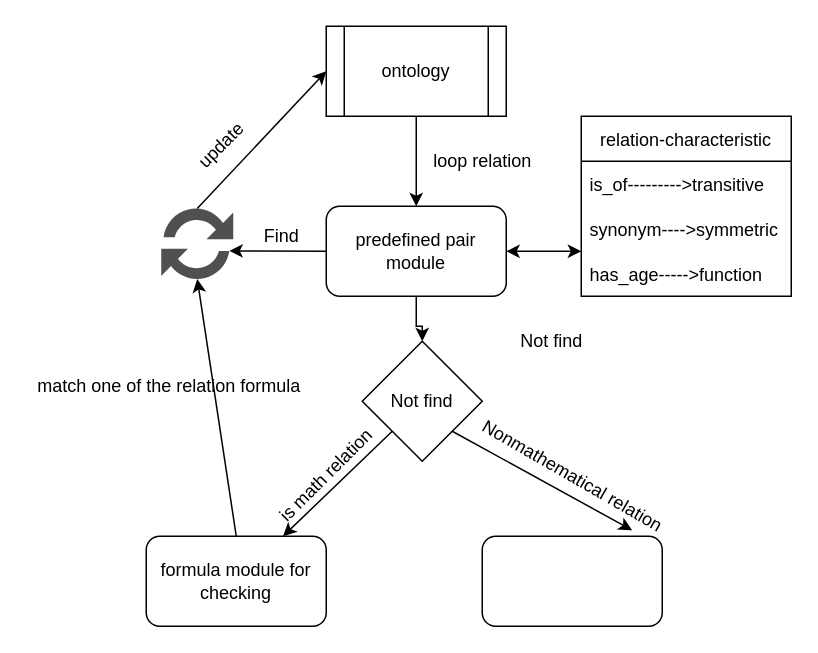
This is extractor_details.drawio from ganisback/draw.io, a draw.io file, before an edit. Source tidied: cells renumbered, new cells numbered last; positions are measured from the earlier drawing's top-left corner, leaving out a move shared by most shapes. Both pictures are drawn from the tidied source at 150%, with x=0, y=0 at pixel (26, 26).
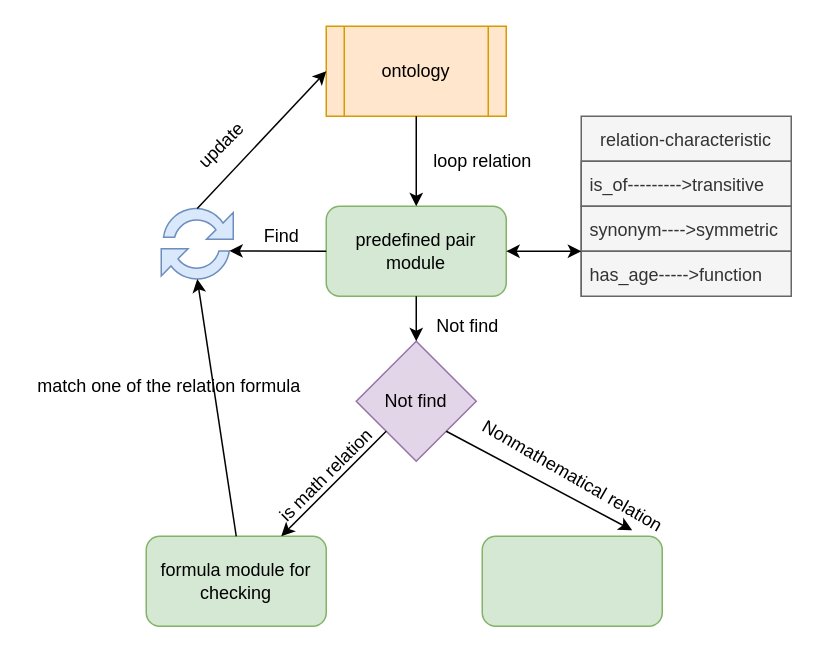
Above is the later version.

Diff of the diagram source:
```diff
@@
-    <mxCell id="2" style="edgeStyle=orthogonalEdgeStyle;rounded=0;jettySize=auto;html=1;" parent="1" edge="1" source="3" target="20">
-      <mxGeometry relative="1" as="geometry" />
-    </mxCell>
-    <mxCell id="3" value="predefined pair module" style="rounded=1;whiteSpace=wrap;html=1;" parent="1" vertex="1">
+    <mxCell id="3" value="predefined pair module" style="rounded=1;whiteSpace=wrap;html=1;fillColor=#d5e8d4;strokeColor=#82b366;" parent="1" vertex="1">
       <mxGeometry x="200" y="120" width="120" height="60" as="geometry" />
     </mxCell>
-    <mxCell id="4" value="ontology" style="shape=process;whiteSpace=wrap;html=1;backgroundOutline=1;" parent="1" vertex="1">
+    <mxCell id="4" value="ontology" style="shape=process;whiteSpace=wrap;html=1;backgroundOutline=1;fillColor=#ffe6cc;strokeColor=#d79b00;" parent="1" vertex="1">
       <mxGeometry x="200" width="120" height="60" as="geometry" />
     </mxCell>
@@
-    <mxCell id="6" style="sketch=0;shadow=0;dashed=0;html=1;strokeColor=none;labelPosition=center;verticalLabelPosition=bottom;verticalAlign=top;align=center;fillColor=#505050;shape=mxgraph.mscae.intune.update;" parent="1" vertex="1">
+    <mxCell id="6" style="sketch=0;shadow=0;dashed=0;html=1;strokeColor=#6c8ebf;labelPosition=center;verticalLabelPosition=bottom;verticalAlign=top;align=center;fillColor=#dae8fc;shape=mxgraph.mscae.intune.update;" parent="1" vertex="1">
       <mxGeometry x="90" y="120" width="48" height="50" as="geometry" />
     </mxCell>
@@
-    <mxCell id="9" value="relation-characteristic" style="swimlane;fontStyle=0;horizontal=1;startSize=30;" parent="1" vertex="1">
+    <mxCell id="9" value="relation-characteristic" style="swimlane;fontStyle=0;horizontal=1;startSize=30;fillColor=#f5f5f5;fontColor=#333333;strokeColor=#666666;" parent="1" vertex="1">
       <mxGeometry x="370" y="60" width="140" height="120" as="geometry" />
     </mxCell>
-    <mxCell id="10" value="is_of---------&gt;transitive" style="text;strokeColor=none;fillColor=none;align=left;verticalAlign=middle;spacingLeft=4;spacingRight=4;overflow=hidden;" parent="9" vertex="1">
+    <mxCell id="10" value="is_of---------&gt;transitive" style="text;strokeColor=#666666;fillColor=#f5f5f5;align=left;verticalAlign=middle;spacingLeft=4;spacingRight=4;overflow=hidden;fontColor=#333333;" parent="9" vertex="1">
       <mxGeometry y="30" width="140" height="30" as="geometry" />
     </mxCell>
-    <mxCell id="11" value="synonym----&gt;symmetric" style="text;strokeColor=none;fillColor=none;align=left;verticalAlign=middle;spacingLeft=4;spacingRight=4;overflow=hidden;" parent="9" vertex="1">
+    <mxCell id="11" value="synonym----&gt;symmetric" style="text;strokeColor=#666666;fillColor=#f5f5f5;align=left;verticalAlign=middle;spacingLeft=4;spacingRight=4;overflow=hidden;fontColor=#333333;" parent="9" vertex="1">
       <mxGeometry y="60" width="140" height="30" as="geometry" />
     </mxCell>
-    <mxCell id="12" value="has_age-----&gt;function" style="text;strokeColor=none;fillColor=none;align=left;verticalAlign=middle;spacingLeft=4;spacingRight=4;overflow=hidden;" parent="9" vertex="1">
+    <mxCell id="12" value="has_age-----&gt;function" style="text;strokeColor=#666666;fillColor=#f5f5f5;align=left;verticalAlign=middle;spacingLeft=4;spacingRight=4;overflow=hidden;fontColor=#333333;" parent="9" vertex="1">
       <mxGeometry y="90" width="140" height="30" as="geometry" />
     </mxCell>
@@
-    <mxCell id="14" value="formula module for checking" style="rounded=1;whiteSpace=wrap;html=1;" parent="1" vertex="1">
+    <mxCell id="14" value="formula module for checking" style="rounded=1;whiteSpace=wrap;html=1;fillColor=#d5e8d4;strokeColor=#82b366;" parent="1" vertex="1">
       <mxGeometry x="80" y="340" width="120" height="60" as="geometry" />
     </mxCell>
-    <mxCell id="15" style="rounded=1;whiteSpace=wrap;html=1;" parent="1" vertex="1">
+    <mxCell id="15" style="rounded=1;whiteSpace=wrap;html=1;fillColor=#d5e8d4;strokeColor=#82b366;" parent="1" vertex="1">
       <mxGeometry x="304" y="340" width="120" height="60" as="geometry" />
     </mxCell>
@@
     <mxCell id="19" value="Not find" style="text;html=1;align=center;verticalAlign=middle;strokeColor=none;fillColor=none;" parent="1" vertex="1">
-      <mxGeometry x="320" y="200" width="60" height="20" as="geometry" />
+      <mxGeometry x="264" y="190" width="60" height="20" as="geometry" />
     </mxCell>
-    <mxCell id="20" value="Not find" style="rhombus;whiteSpace=wrap;html=1;" parent="1" vertex="1">
-      <mxGeometry x="224" y="210" width="80" height="80" as="geometry" />
+    <mxCell id="20" value="Not find" style="rhombus;whiteSpace=wrap;html=1;fillColor=#e1d5e7;strokeColor=#9673a6;" parent="1" vertex="1">
+      <mxGeometry x="220" y="210" width="80" height="80" as="geometry" />
     </mxCell>
@@
+    <mxCell id="2" style="endArrow=classic;html=1;rounded=0;exitX=0.5;exitY=1;exitDx=0;exitDy=0;" parent="1" edge="1" source="3" target="20">
+      <mxGeometry relative="1" as="geometry" />
+    </mxCell>
```
